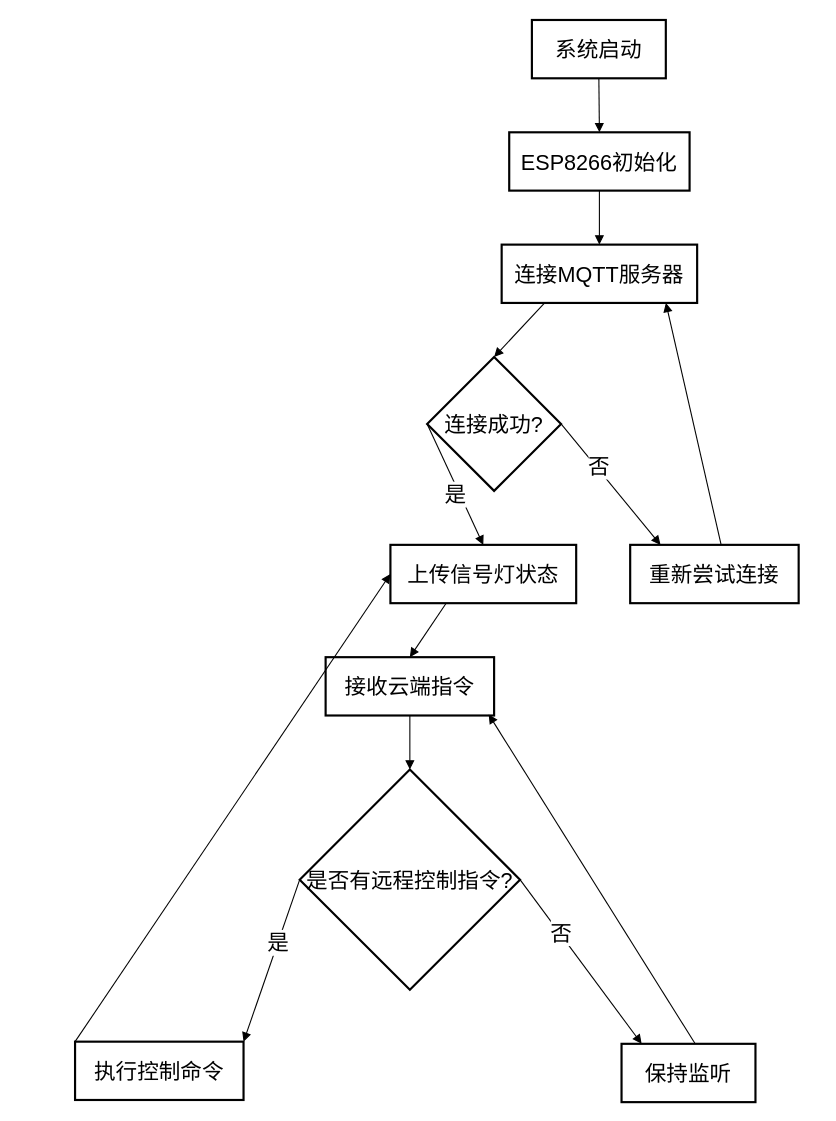
Above: page "第 1 页" (1 of 2) of 未命名绘图.drawio in he1771129657/-python (draw.io), before the change. Source tidied: cells renumbered, new cells numbered last; positions are measured from the earlier drawing's top-left corner, leaving out a move shared by most shapes. Both pictures are drawn from the tidied source at 108%, with x=0, y=0 at pixel (75, 19).
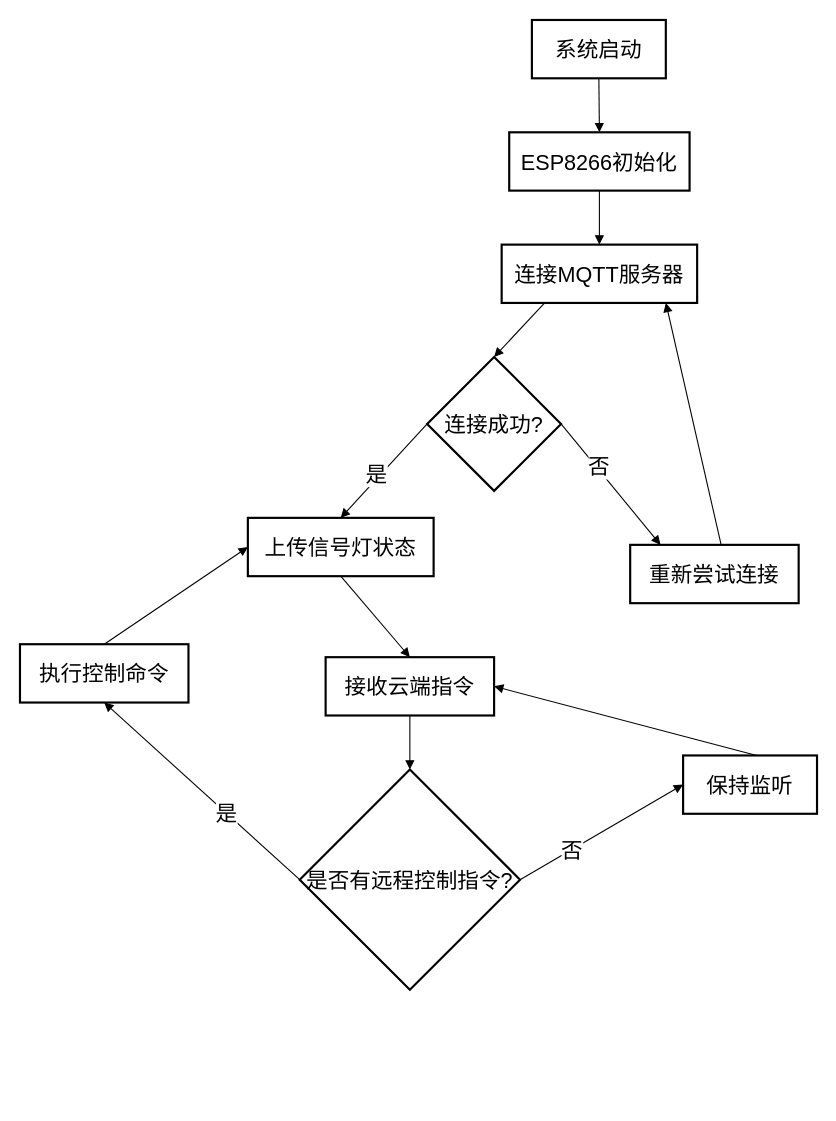
After the change.

Commit message (it also covers changes not shown here):
更新未命名绘图.drawio

Unchanged cells that the change refers to:
```xml
<mxCell id="8" value="接收云端指令" style="whiteSpace=wrap;strokeWidth=2;fontSize=20;" parent="1" vertex="1">
  <mxGeometry x="232" y="590" width="156" height="54" as="geometry" />
</mxCell>
<mxCell id="9" value="是否有远程控制指令?" style="rhombus;strokeWidth=2;whiteSpace=wrap;fontSize=20;" parent="1" vertex="1">
  <mxGeometry x="208" y="694" width="204" height="204" as="geometry" />
</mxCell>
```

What changed in the source:
```diff
@@
     <mxCell id="6" value="上传信号灯状态" style="whiteSpace=wrap;strokeWidth=2;fontSize=20;" parent="1" vertex="1">
-      <mxGeometry x="292" y="486" width="172" height="54" as="geometry" />
+      <mxGeometry x="160" y="461" width="172" height="54" as="geometry" />
     </mxCell>
@@
     <mxCell id="10" value="执行控制命令" style="whiteSpace=wrap;strokeWidth=2;fontSize=20;" parent="1" vertex="1">
-      <mxGeometry y="946" width="156" height="54" as="geometry" />
+      <mxGeometry x="-51" y="578" width="156" height="54" as="geometry" />
     </mxCell>
     <mxCell id="11" value="保持监听" style="whiteSpace=wrap;strokeWidth=2;fontSize=20;" parent="1" vertex="1">
-      <mxGeometry x="506" y="948" width="124" height="54" as="geometry" />
+      <mxGeometry x="563" y="681" width="124" height="54" as="geometry" />
     </mxCell>
@@
-    <mxCell id="19" style="startArrow=none;endArrow=block;exitX=0.3;exitY=1;entryX=0.5;entryY=0;rounded=0;fontSize=20;" parent="1" edge="1" source="6" target="8">
+    <mxCell id="19" style="startArrow=none;endArrow=block;exitX=0.5;exitY=1;entryX=0.5;entryY=0;rounded=0;fontSize=20;exitDx=0;exitDy=0;" parent="1" edge="1" source="6" target="8">
       <mxGeometry relative="1" as="geometry" />
     </mxCell>
@@
-    <mxCell id="21" style="startArrow=none;endArrow=block;exitX=0;exitY=0.5;rounded=0;fontSize=20;exitDx=0;exitDy=0;entryX=1;entryY=0;entryDx=0;entryDy=0;" parent="1" edge="1" source="9" target="10">
+    <mxCell id="21" style="startArrow=none;endArrow=block;exitX=0;exitY=0.5;rounded=0;fontSize=20;exitDx=0;exitDy=0;entryX=0.5;entryY=1;entryDx=0;entryDy=0;" parent="1" edge="1" source="9" target="10">
       <mxGeometry relative="1" as="geometry" />
     </mxCell>
@@
-    <mxCell id="23" style="startArrow=none;endArrow=block;exitX=1;exitY=0.5;entryX=0.15;entryY=0;rounded=0;fontSize=20;exitDx=0;exitDy=0;" parent="1" edge="1" source="9" target="11">
+    <mxCell id="23" style="startArrow=none;endArrow=block;exitX=1;exitY=0.5;entryX=0;entryY=0.5;rounded=0;fontSize=20;exitDx=0;exitDy=0;entryDx=0;entryDy=0;" parent="1" edge="1" source="9" target="11">
       <mxGeometry relative="1" as="geometry" />
     </mxCell>
@@
-    <mxCell id="25" style="startArrow=none;endArrow=block;exitX=0;exitY=0;entryX=0;entryY=0.5;rounded=0;fontSize=20;entryDx=0;entryDy=0;exitDx=0;exitDy=0;" parent="1" edge="1" source="10" target="6">
+    <mxCell id="25" style="startArrow=none;endArrow=block;exitX=0.5;exitY=0;entryX=0;entryY=0.5;rounded=0;fontSize=20;entryDx=0;entryDy=0;exitDx=0;exitDy=0;" parent="1" edge="1" source="10" target="6">
       <mxGeometry relative="1" as="geometry" />
     </mxCell>
-    <mxCell id="26" style="startArrow=none;endArrow=block;exitX=0.55;exitY=0;rounded=0;fontSize=20;" parent="1" edge="1" source="11">
-      <mxGeometry relative="1" as="geometry">
-        <mxPoint x="383" y="643" as="targetPoint" />
-      </mxGeometry>
+    <mxCell id="26" style="startArrow=none;endArrow=block;exitX=0.55;exitY=0;rounded=0;fontSize=20;entryX=1;entryY=0.5;entryDx=0;entryDy=0;" parent="1" edge="1" source="11" target="8">
+      <mxGeometry relative="1" as="geometry" />
     </mxCell>
```
